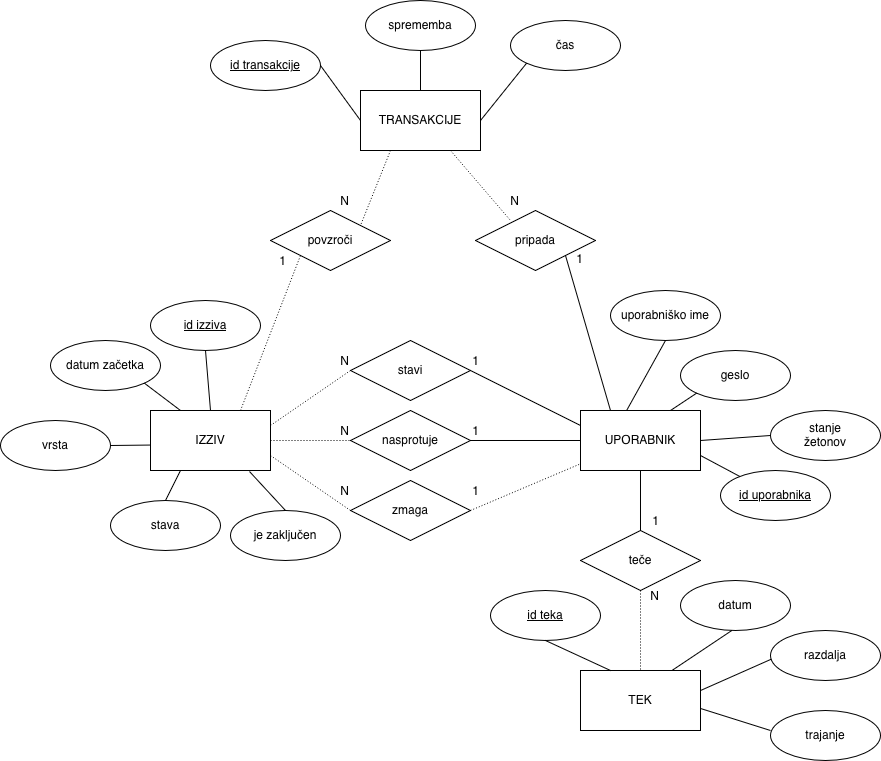
This is er-diagram.png from tilenzabkar/OPB-RunDuel, a draw.io export, as it was before one commit. Source tidied: cells renumbered, new cells last; positions are measured from the earlier drawing's top-left corner, leaving out a move shared by most shapes.
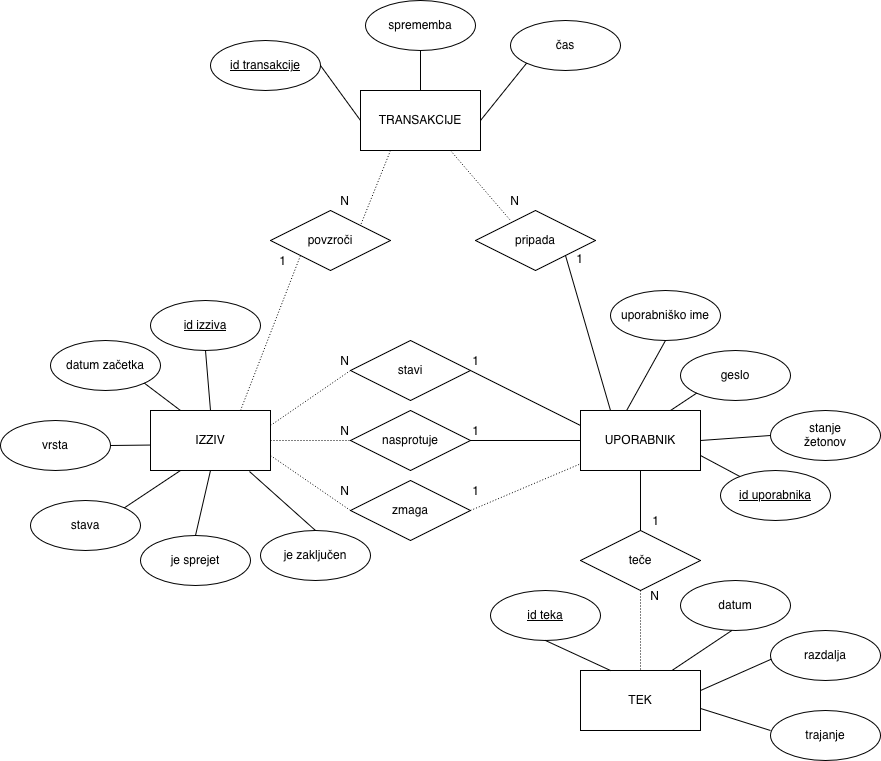
Above is the later version.

What changed in the source:
```diff
@@ -63,7 +63,7 @@
       <mxGeometry x="150" y="300" width="110" height="50" as="geometry" />
     </mxCell>
     <mxCell id="22" value="stava" style="ellipse;whiteSpace=wrap;html=1;" parent="1" vertex="1">
-      <mxGeometry x="110" y="500" width="110" height="50" as="geometry" />
+      <mxGeometry x="30" y="500" width="110" height="50" as="geometry" />
     </mxCell>
     <mxCell id="23" value="datum začetka" style="ellipse;whiteSpace=wrap;html=1;" parent="1" vertex="1">
       <mxGeometry x="50" y="340" width="110" height="50" as="geometry" />
@@ -74,7 +74,7 @@
     <mxCell id="25" style="endArrow=none;html=1;rounded=0;entryX=0;entryY=1;entryDx=0;entryDy=0;exitX=1;exitY=0.5;exitDx=0;exitDy=0;" parent="1" edge="1" source="18" target="20">
       <mxGeometry relative="1" as="geometry" />
     </mxCell>
-    <mxCell id="26" style="endArrow=none;html=1;rounded=0;exitX=0.25;exitY=1;exitDx=0;exitDy=0;entryX=0.5;entryY=0;entryDx=0;entryDy=0;" parent="1" edge="1" source="17" target="22">
+    <mxCell id="26" style="endArrow=none;html=1;rounded=0;exitX=0.25;exitY=1;exitDx=0;exitDy=0;entryX=1;entryY=0;entryDx=0;entryDy=0;" parent="1" edge="1" source="17" target="22">
       <mxGeometry relative="1" as="geometry" />
     </mxCell>
     <mxCell id="27" style="endArrow=none;html=1;rounded=0;exitX=0.5;exitY=1;exitDx=0;exitDy=0;entryX=0.5;entryY=0;entryDx=0;entryDy=0;" parent="1" edge="1" source="21" target="17">
@@ -208,10 +208,16 @@
       <mxGeometry relative="1" as="geometry" />
     </mxCell>
     <mxCell id="66" value="je zaključen" style="ellipse;whiteSpace=wrap;html=1;" parent="1" vertex="1">
-      <mxGeometry x="230" y="510" width="110" height="50" as="geometry" />
+      <mxGeometry x="260" y="530" width="110" height="50" as="geometry" />
     </mxCell>
     <mxCell id="67" style="endArrow=none;html=1;rounded=0;exitX=0.5;exitY=0;exitDx=0;exitDy=0;entryX=0.825;entryY=1.017;entryDx=0;entryDy=0;entryPerimeter=0;" parent="1" edge="1" source="66" target="17">
       <mxGeometry relative="1" as="geometry" />
     </mxCell>
+    <mxCell id="68" value="je sprejet" style="ellipse;whiteSpace=wrap;html=1;" parent="1" vertex="1">
+      <mxGeometry x="140" y="535" width="110" height="50" as="geometry" />
+    </mxCell>
+    <mxCell id="69" style="endArrow=none;html=1;rounded=0;exitX=0.5;exitY=1;exitDx=0;exitDy=0;entryX=0.5;entryY=0;entryDx=0;entryDy=0;" parent="1" edge="1" source="17" target="68">
+      <mxGeometry relative="1" as="geometry" />
+    </mxCell>
   </root>
 </mxGraphModel>
```
